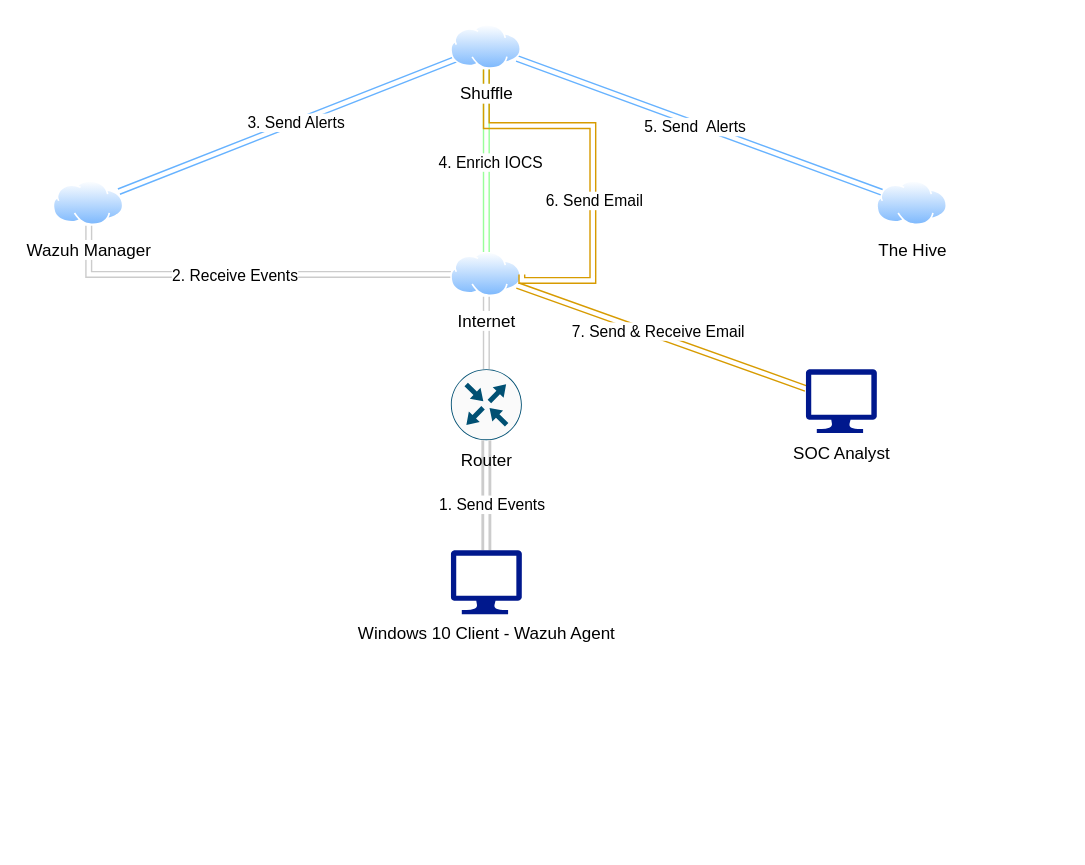
This is Untitled Diagram.drawio from nzqt2000/siemlabnotes, a draw.io file, before an edit. Source tidied: cells renumbered, new cells numbered last; positions are measured from the earlier drawing's top-left corner, leaving out a move shared by most shapes. Both pictures are drawn from the tidied source at 142%, with x=0, y=0 at pixel (53, 24).
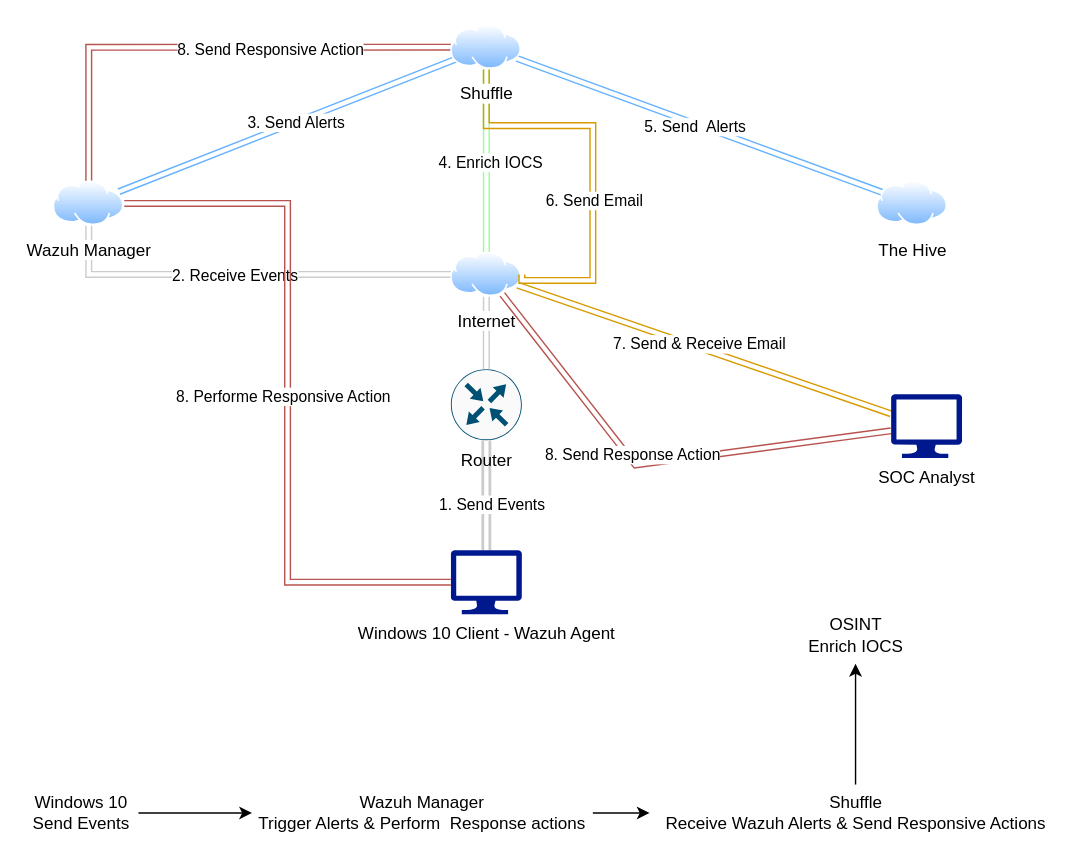
After the change.

Unchanged cells that the change refers to:
```xml
<mxCell id="4" value="Windows 10 Client - Wazuh Agent" style="sketch=0;shadow=0;dashed=0;html=1;strokeColor=none;labelPosition=center;verticalLabelPosition=bottom;verticalAlign=top;align=center;fillColor=#00188D;shape=mxgraph.azure.computer;" parent="1" vertex="1">
  <mxGeometry x="280" y="370" width="50" height="45" as="geometry" />
</mxCell>
<mxCell id="11" value="Internet" style="image;perimeter=ellipsePerimeter;html=1;align=center;shadow=0;dashed=0;spacingTop=3;image=img/lib/active_directory/internet_cloud.svg;" parent="1" vertex="1">
  <mxGeometry x="280" y="160" width="50" height="31.5" as="geometry" />
</mxCell>
<mxCell id="15" value="Wazuh Manager" style="image;perimeter=ellipsePerimeter;html=1;align=center;shadow=0;dashed=0;spacingTop=3;image=img/lib/active_directory/internet_cloud.svg;" parent="1" vertex="1">
  <mxGeometry y="110" width="50" height="31.5" as="geometry" />
</mxCell>
<mxCell id="22" value="Shuffle" style="image;perimeter=ellipsePerimeter;html=1;align=center;shadow=0;dashed=0;spacingTop=3;image=img/lib/active_directory/internet_cloud.svg;" parent="1" vertex="1">
  <mxGeometry x="280" width="50" height="31.5" as="geometry" />
</mxCell>
```

Diff of the diagram source:
```diff
@@
+    <mxCell id="24" style="edgeStyle=orthogonalEdgeStyle;rounded=0;jettySize=auto;html=1;entryX=0;entryY=0.5;entryDx=0;entryDy=0;fillColor=#f8cecc;strokeColor=#b85450;shape=link;" parent="1" edge="1" source="15" target="22">
+      <mxGeometry relative="1" as="geometry">
+        <Array as="points">
+          <mxPoint x="25" y="16" />
+        </Array>
+      </mxGeometry>
+    </mxCell>
+    <mxCell id="25" value="8. Send Responsive Action" style="edgeLabel;html=1;align=center;verticalAlign=middle;" parent="24" vertex="1">
+      <mxGeometry x="0.27" y="-2" relative="1" as="geometry" />
+    </mxCell>
@@
+    <mxCell id="26" style="rounded=0;jettySize=auto;html=1;shape=link;fillColor=#f8cecc;strokeColor=#b85450;entryX=0.75;entryY=1;entryDx=0;entryDy=0;" parent="1" edge="1" source="23" target="11">
+      <mxGeometry relative="1" as="geometry">
+        <Array as="points">
+          <mxPoint x="410" y="310" />
+        </Array>
+      </mxGeometry>
+    </mxCell>
+    <mxCell id="27" value="8. Send Response Action" style="edgeLabel;html=1;align=center;verticalAlign=middle;" parent="26" vertex="1">
+      <mxGeometry x="0.13" y="-2" relative="1" as="geometry" />
+    </mxCell>
     <mxCell id="23" value="SOC Analyst" style="sketch=0;shadow=0;dashed=0;html=1;strokeColor=none;labelPosition=center;verticalLabelPosition=bottom;verticalAlign=top;align=center;fillColor=#00188D;shape=mxgraph.azure.computer;" parent="1" vertex="1">
-      <mxGeometry x="530" y="242.5" width="50" height="45" as="geometry" />
+      <mxGeometry x="590" y="260" width="50" height="45" as="geometry" />
     </mxCell>
+    <mxCell id="28" style="edgeStyle=orthogonalEdgeStyle;rounded=0;jettySize=auto;html=1;entryX=0;entryY=0.5;entryDx=0;entryDy=0;entryPerimeter=0;fillColor=#f8cecc;strokeColor=#b85450;shape=link;" parent="1" edge="1" source="15" target="4">
+      <mxGeometry relative="1" as="geometry" />
+    </mxCell>
+    <mxCell id="29" value="8. Performe Responsive Action" style="edgeLabel;html=1;align=center;verticalAlign=middle;" parent="28" vertex="1">
+      <mxGeometry x="0.01" y="-4" relative="1" as="geometry" />
+    </mxCell>
+    <mxCell id="30" style="edgeStyle=orthogonalEdgeStyle;rounded=0;jettySize=auto;html=1;" parent="1" edge="1" source="31" target="33">
+      <mxGeometry relative="1" as="geometry" />
+    </mxCell>
+    <mxCell id="31" value="Windows 10&lt;br&gt;Send Events" style="text;html=1;strokeColor=none;fillColor=none;align=center;verticalAlign=middle;whiteSpace=wrap;rounded=0;" parent="1" vertex="1">
+      <mxGeometry x="-20" y="540" width="80" height="30" as="geometry" />
+    </mxCell>
+    <mxCell id="32" style="edgeStyle=orthogonalEdgeStyle;rounded=0;jettySize=auto;html=1;" parent="1" edge="1" source="33" target="35">
+      <mxGeometry relative="1" as="geometry" />
+    </mxCell>
+    <mxCell id="33" value="Wazuh Manager&lt;br&gt;Trigger Alerts &amp;amp; Perform&amp;nbsp; Response actions" style="text;html=1;strokeColor=none;fillColor=none;align=center;verticalAlign=middle;whiteSpace=wrap;rounded=0;" parent="1" vertex="1">
+      <mxGeometry x="140" y="535" width="240" height="40" as="geometry" />
+    </mxCell>
+    <mxCell id="34" style="edgeStyle=orthogonalEdgeStyle;rounded=0;jettySize=auto;html=1;" parent="1" edge="1" source="35">
+      <mxGeometry relative="1" as="geometry">
+        <mxPoint x="565" y="450" as="targetPoint" />
+      </mxGeometry>
+    </mxCell>
+    <mxCell id="35" value="Shuffle&lt;br&gt;Receive Wazuh Alerts &amp;amp; Send Responsive Actions" style="text;html=1;align=center;verticalAlign=middle;points=[];strokeColor=none;fillColor=none;" parent="1" vertex="1">
+      <mxGeometry x="420" y="535" width="290" height="40" as="geometry" />
+    </mxCell>
+    <mxCell id="36" value="OSINT&lt;br&gt;Enrich IOCS" style="text;html=1;align=center;verticalAlign=middle;strokeColor=none;fillColor=none;" parent="1" vertex="1">
+      <mxGeometry x="520" y="410" width="90" height="40" as="geometry" />
+    </mxCell>
```
